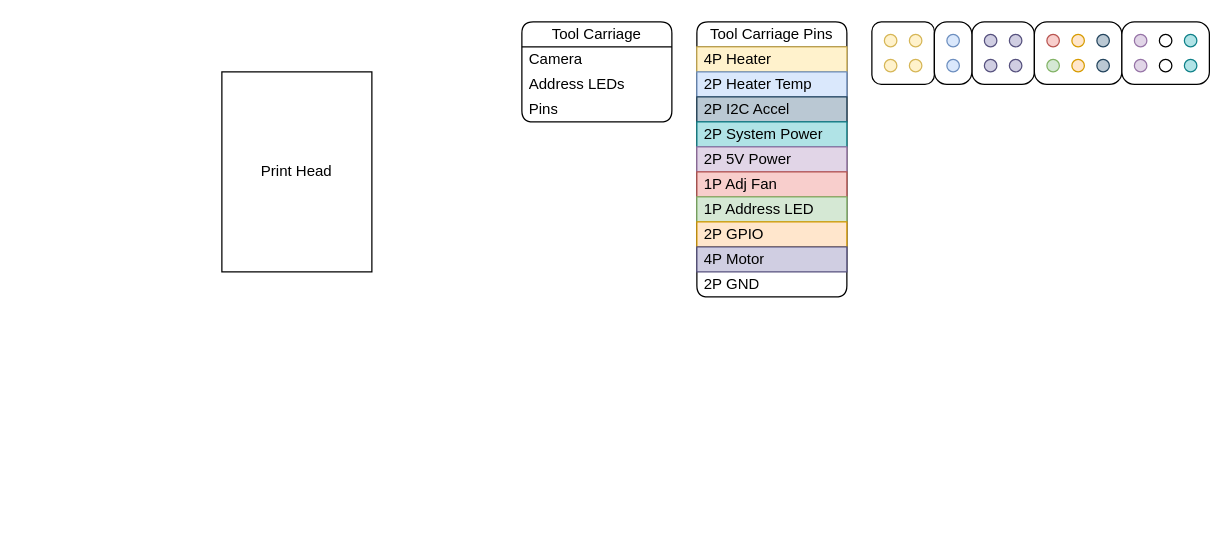
This is page "Print Head" (2 of 3) of Documents/Raven.drawio from XCR1793/Raven-3D, a draw.io file, before an edit. Source tidied: cells renumbered, new cells numbered last; positions are measured from the earlier drawing's top-left corner, leaving out a move shared by most shapes. Both pictures are drawn from the tidied source at 125%, with x=0, y=0 at pixel (221, 21).
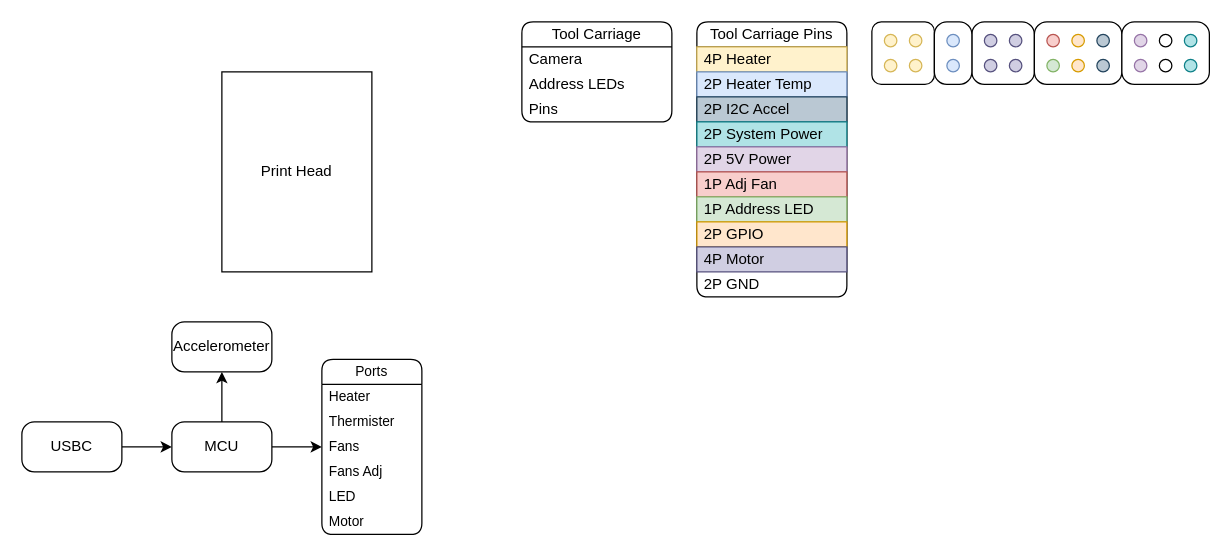
After the change.

Commit message:
Added Basic Print Head Board

Change to the diagram source:
```diff
@@
+    <mxCell id="45" style="rounded=0;jettySize=auto;html=1;exitX=1;exitY=0.5;exitDx=0;exitDy=0;entryX=0;entryY=0.5;entryDx=0;entryDy=0;" parent="1" edge="1" source="46" target="49">
+      <mxGeometry relative="1" as="geometry" />
+    </mxCell>
+    <mxCell id="46" value="USBC" style="rounded=1;whiteSpace=wrap;html=1;absoluteArcSize=1;" parent="1" vertex="1">
+      <mxGeometry x="-160" y="320" width="80" height="40" as="geometry" />
+    </mxCell>
+    <mxCell id="47" style="edgeStyle=none;shape=connector;rounded=0;jettySize=auto;html=1;exitX=1;exitY=0.5;exitDx=0;exitDy=0;strokeColor=default;align=center;verticalAlign=middle;fontFamily=Helvetica;fontSize=11;fontColor=default;labelBackgroundColor=default;endArrow=classic;" parent="1" edge="1" source="49" target="50">
+      <mxGeometry relative="1" as="geometry" />
+    </mxCell>
+    <mxCell id="48" style="edgeStyle=none;shape=connector;rounded=0;jettySize=auto;html=1;exitX=0.5;exitY=0;exitDx=0;exitDy=0;entryX=0.5;entryY=1;entryDx=0;entryDy=0;strokeColor=default;align=center;verticalAlign=middle;fontFamily=Helvetica;fontSize=11;fontColor=default;labelBackgroundColor=default;endArrow=classic;" parent="1" edge="1" source="49" target="57">
+      <mxGeometry relative="1" as="geometry" />
+    </mxCell>
+    <mxCell id="49" value="MCU" style="rounded=1;whiteSpace=wrap;html=1;absoluteArcSize=1;" parent="1" vertex="1">
+      <mxGeometry x="-40" y="320" width="80" height="40" as="geometry" />
+    </mxCell>
+    <mxCell id="50" value="Ports" style="swimlane;fontStyle=0;horizontal=1;startSize=20;whiteSpace=wrap;html=1;rounded=1;fontFamily=Helvetica;fontSize=11;fontColor=default;labelBackgroundColor=default;" parent="1" vertex="1">
+      <mxGeometry x="80" y="270" width="80" height="140" as="geometry" />
+    </mxCell>
+    <mxCell id="51" value="Heater" style="text;strokeColor=none;fillColor=none;align=left;verticalAlign=middle;spacingLeft=4;spacingRight=4;overflow=hidden;whiteSpace=wrap;html=1;fontFamily=Helvetica;fontSize=11;fontColor=default;labelBackgroundColor=default;" parent="50" vertex="1">
+      <mxGeometry y="20" width="80" height="20" as="geometry" />
+    </mxCell>
+    <mxCell id="52" value="Thermister" style="text;strokeColor=none;fillColor=none;align=left;verticalAlign=middle;spacingLeft=4;spacingRight=4;overflow=hidden;whiteSpace=wrap;html=1;fontFamily=Helvetica;fontSize=11;fontColor=default;labelBackgroundColor=default;" parent="50" vertex="1">
+      <mxGeometry y="40" width="80" height="20" as="geometry" />
+    </mxCell>
+    <mxCell id="53" value="Fans" style="text;strokeColor=none;fillColor=none;align=left;verticalAlign=middle;spacingLeft=4;spacingRight=4;overflow=hidden;whiteSpace=wrap;html=1;fontFamily=Helvetica;fontSize=11;fontColor=default;labelBackgroundColor=default;" parent="50" vertex="1">
+      <mxGeometry y="60" width="80" height="20" as="geometry" />
+    </mxCell>
+    <mxCell id="54" value="Fans Adj" style="text;strokeColor=none;fillColor=none;align=left;verticalAlign=middle;spacingLeft=4;spacingRight=4;overflow=hidden;whiteSpace=wrap;html=1;fontFamily=Helvetica;fontSize=11;fontColor=default;labelBackgroundColor=default;" parent="50" vertex="1">
+      <mxGeometry y="80" width="80" height="20" as="geometry" />
+    </mxCell>
+    <mxCell id="55" value="LED" style="text;strokeColor=none;fillColor=none;align=left;verticalAlign=middle;spacingLeft=4;spacingRight=4;overflow=hidden;whiteSpace=wrap;html=1;fontFamily=Helvetica;fontSize=11;fontColor=default;labelBackgroundColor=default;" parent="50" vertex="1">
+      <mxGeometry y="100" width="80" height="20" as="geometry" />
+    </mxCell>
+    <mxCell id="56" value="Motor" style="text;strokeColor=none;fillColor=none;align=left;verticalAlign=middle;spacingLeft=4;spacingRight=4;overflow=hidden;whiteSpace=wrap;html=1;fontFamily=Helvetica;fontSize=11;fontColor=default;labelBackgroundColor=default;" parent="50" vertex="1">
+      <mxGeometry y="120" width="80" height="20" as="geometry" />
+    </mxCell>
+    <mxCell id="57" value="Accelerometer" style="rounded=1;whiteSpace=wrap;html=1;absoluteArcSize=1;" parent="1" vertex="1">
+      <mxGeometry x="-40" y="240" width="80" height="40" as="geometry" />
+    </mxCell>
```
